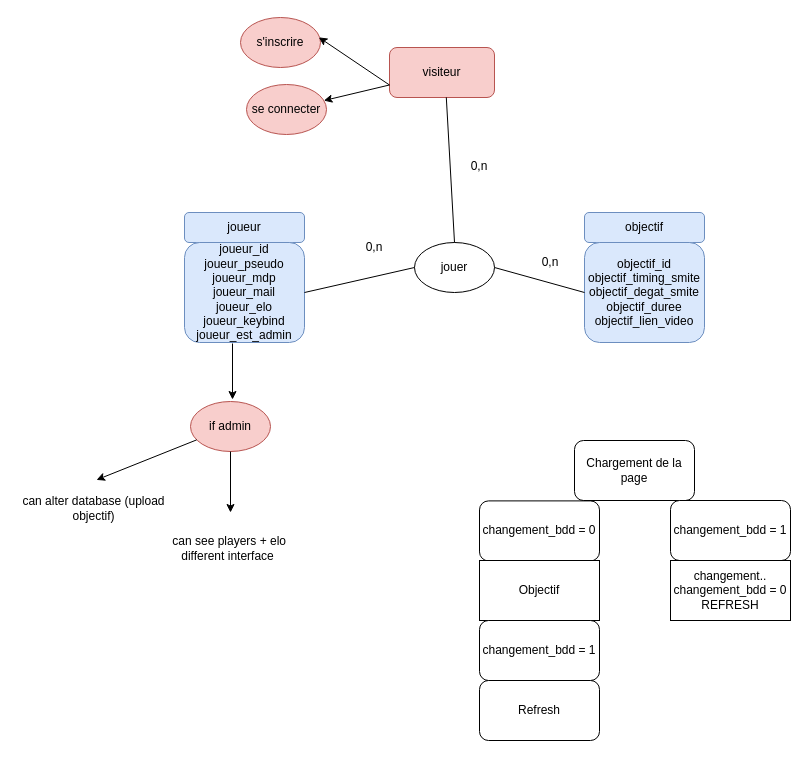
Above: Untitled Diagram.drawio in 402rayan/Pop_smite (draw.io), before the change. Source tidied: cells renumbered, new cells numbered last; positions are measured from the earlier drawing's top-left corner, leaving out a move shared by most shapes. Both pictures are drawn from the tidied source at 100%, with x=0, y=0 at pixel (17, 17).
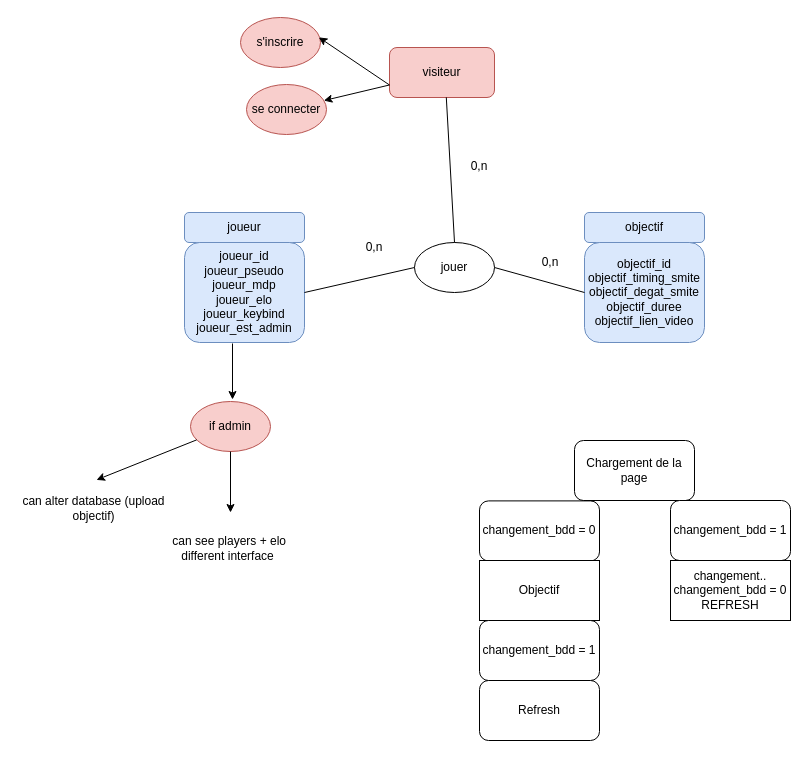
The same diagram, later.

Change to the diagram source:
```diff
@@
-    <mxCell id="3" value="joueur_id&lt;br&gt;joueur_pseudo&lt;br&gt;joueur_mdp&lt;br&gt;joueur_mail&lt;br&gt;joueur_elo&lt;br&gt;joueur_keybind&lt;br&gt;joueur_est_admin" style="rounded=1;whiteSpace=wrap;html=1;fillColor=#dae8fc;strokeColor=#6c8ebf;" parent="1" vertex="1">
+    <mxCell id="3" value="joueur_id&lt;br&gt;joueur_pseudo&lt;br&gt;joueur_mdp&lt;br&gt;joueur_elo&lt;br&gt;joueur_keybind&lt;br&gt;joueur_est_admin" style="rounded=1;whiteSpace=wrap;html=1;fillColor=#dae8fc;strokeColor=#6c8ebf;" parent="1" vertex="1">
       <mxGeometry x="167" y="225" width="120" height="100" as="geometry" />
     </mxCell>
```
